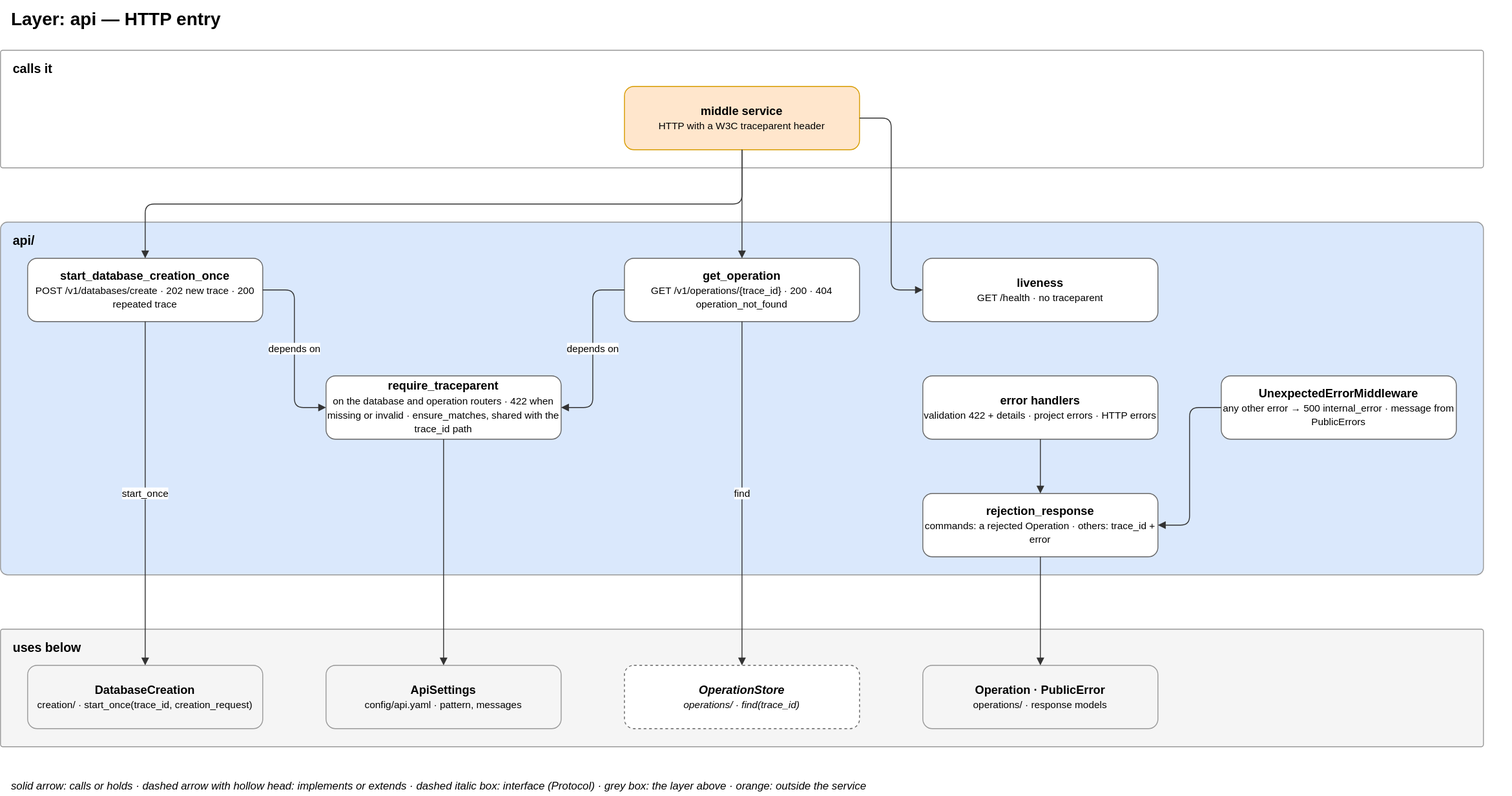
Above: docs/diagrams/03-layer-api.drawio.svg in EliShteinman/redis-enterprise-services (draw.io), before the change. Source tidied: cells renumbered, new cells last; positions are measured from the earlier drawing's top-left corner, leaving out a move shared by most shapes. The source it was exported from:
```xml
<mxGraphModel>
  <root>
    <mxCell id="0" />
    <mxCell id="1" parent="0" />
    <mxCell id="2" value="&lt;b&gt;Layer: api — HTTP entry&lt;/b&gt;" style="text;html=1;fontSize=20;align=left;verticalAlign=middle;" parent="1" vertex="1">
      <mxGeometry x="10" width="1660" height="40" as="geometry" />
    </mxCell>
    <mxCell id="3" value="&lt;b&gt;calls it&lt;/b&gt;" style="rounded=1;arcSize=2;fillColor=#ffffff;strokeColor=#999999;verticalAlign=top;align=left;spacingLeft=12;spacingTop=6;html=1;fontSize=14;" parent="1" vertex="1">
      <mxGeometry y="55" width="1640" height="130" as="geometry" />
    </mxCell>
    <mxCell id="4" value="&lt;b&gt;middle service&lt;/b&gt;&lt;br&gt;&lt;font style='font-size:11px'&gt;HTTP with a W3C traceparent header&lt;/font&gt;" style="rounded=1;whiteSpace=wrap;html=1;fillColor=#ffe6cc;strokeColor=#d79b00;fontSize=13;" parent="1" vertex="1">
      <mxGeometry x="690" y="95" width="260" height="70" as="geometry" />
    </mxCell>
    <mxCell id="5" value="&lt;b&gt;api/&lt;/b&gt;" style="rounded=1;arcSize=2;fillColor=#dae8fc;strokeColor=#999999;verticalAlign=top;align=left;spacingLeft=12;spacingTop=6;html=1;fontSize=14;" parent="1" vertex="1">
      <mxGeometry y="245" width="1640" height="390" as="geometry" />
    </mxCell>
    <mxCell id="6" value="&lt;b&gt;start_database_creation_once&lt;/b&gt;&lt;br&gt;&lt;font style='font-size:11px'&gt;POST /v1/databases/create · 202 new trace · 200 repeated trace&lt;/font&gt;" style="rounded=1;whiteSpace=wrap;html=1;fillColor=#ffffff;strokeColor=#666666;fontSize=13;" parent="1" vertex="1">
      <mxGeometry x="30" y="285" width="260" height="70" as="geometry" />
    </mxCell>
    <mxCell id="7" value="&lt;b&gt;get_operation&lt;/b&gt;&lt;br&gt;&lt;font style='font-size:11px'&gt;GET /v1/operations/{trace_id} · 200 · 404 operation_not_found&lt;/font&gt;" style="rounded=1;whiteSpace=wrap;html=1;fillColor=#ffffff;strokeColor=#666666;fontSize=13;" parent="1" vertex="1">
      <mxGeometry x="690" y="285" width="260" height="70" as="geometry" />
    </mxCell>
    <mxCell id="8" value="&lt;b&gt;liveness&lt;/b&gt;&lt;br&gt;&lt;font style='font-size:11px'&gt;GET /health · no traceparent&lt;/font&gt;" style="rounded=1;whiteSpace=wrap;html=1;fillColor=#ffffff;strokeColor=#666666;fontSize=13;" parent="1" vertex="1">
      <mxGeometry x="1020" y="285" width="260" height="70" as="geometry" />
    </mxCell>
    <mxCell id="9" value="&lt;b&gt;require_traceparent&lt;/b&gt;&lt;br&gt;&lt;font style='font-size:11px'&gt;on the database and operation routers · 422 when missing or invalid · ensure_matches, shared with the trace_id path&lt;/font&gt;" style="rounded=1;whiteSpace=wrap;html=1;fillColor=#ffffff;strokeColor=#666666;fontSize=13;" parent="1" vertex="1">
      <mxGeometry x="360" y="415" width="260" height="70" as="geometry" />
    </mxCell>
    <mxCell id="10" value="&lt;b&gt;error handlers&lt;/b&gt;&lt;br&gt;&lt;font style='font-size:11px'&gt;validation 422 + details · project errors · HTTP errors&lt;/font&gt;" style="rounded=1;whiteSpace=wrap;html=1;fillColor=#ffffff;strokeColor=#666666;fontSize=13;" parent="1" vertex="1">
      <mxGeometry x="1020" y="415" width="260" height="70" as="geometry" />
    </mxCell>
    <mxCell id="11" value="&lt;b&gt;UnexpectedErrorMiddleware&lt;/b&gt;&lt;br&gt;&lt;font style='font-size:11px'&gt;any other error → 500 internal_error · message from PublicErrors&lt;/font&gt;" style="rounded=1;whiteSpace=wrap;html=1;fillColor=#ffffff;strokeColor=#666666;fontSize=13;" parent="1" vertex="1">
      <mxGeometry x="1350" y="415" width="260" height="70" as="geometry" />
    </mxCell>
    <mxCell id="12" value="&lt;b&gt;rejection_response&lt;/b&gt;&lt;br&gt;&lt;font style='font-size:11px'&gt;commands: a rejected Operation · others: trace_id + error&lt;/font&gt;" style="rounded=1;whiteSpace=wrap;html=1;fillColor=#ffffff;strokeColor=#666666;fontSize=13;" parent="1" vertex="1">
      <mxGeometry x="1020" y="545" width="260" height="70" as="geometry" />
    </mxCell>
    <mxCell id="13" value="&lt;b&gt;uses below&lt;/b&gt;" style="rounded=1;arcSize=2;fillColor=#f5f5f5;strokeColor=#999999;verticalAlign=top;align=left;spacingLeft=12;spacingTop=6;html=1;fontSize=14;" parent="1" vertex="1">
      <mxGeometry y="695" width="1640" height="130" as="geometry" />
    </mxCell>
    <mxCell id="14" value="&lt;b&gt;DatabaseCreation&lt;/b&gt;&lt;br&gt;&lt;font style='font-size:11px'&gt;creation/ · start_once(trace_id, creation_request)&lt;/font&gt;" style="rounded=1;whiteSpace=wrap;html=1;fillColor=#f5f5f5;strokeColor=#999999;fontSize=13;" parent="1" vertex="1">
      <mxGeometry x="30" y="735" width="260" height="70" as="geometry" />
    </mxCell>
    <mxCell id="15" value="&lt;b&gt;ApiSettings&lt;/b&gt;&lt;br&gt;&lt;font style='font-size:11px'&gt;config/api.yaml · pattern, messages&lt;/font&gt;" style="rounded=1;whiteSpace=wrap;html=1;fillColor=#f5f5f5;strokeColor=#999999;fontSize=13;" parent="1" vertex="1">
      <mxGeometry x="360" y="735" width="260" height="70" as="geometry" />
    </mxCell>
    <mxCell id="16" value="&lt;b&gt;OperationStore&lt;/b&gt;&lt;br&gt;&lt;font style='font-size:11px'&gt;operations/ · find(trace_id)&lt;/font&gt;" style="rounded=1;whiteSpace=wrap;html=1;fillColor=#ffffff;strokeColor=#666666;fontSize=13;dashed=1;fontStyle=2;" parent="1" vertex="1">
      <mxGeometry x="690" y="735" width="260" height="70" as="geometry" />
    </mxCell>
    <mxCell id="17" value="&lt;b&gt;Operation · PublicError&lt;/b&gt;&lt;br&gt;&lt;font style='font-size:11px'&gt;operations/ · response models&lt;/font&gt;" style="rounded=1;whiteSpace=wrap;html=1;fillColor=#f5f5f5;strokeColor=#999999;fontSize=13;" parent="1" vertex="1">
      <mxGeometry x="1020" y="735" width="260" height="70" as="geometry" />
    </mxCell>
    <mxCell id="18" style="edgeStyle=orthogonalEdgeStyle;rounded=1;html=1;fontSize=11;labelBackgroundColor=#ffffff;exitX=0.5;exitY=1;entryX=0.5;entryY=0;endArrow=block;strokeColor=#333333;" parent="1" edge="1" source="4" target="6">
      <mxGeometry relative="1" as="geometry" />
    </mxCell>
    <mxCell id="19" style="edgeStyle=orthogonalEdgeStyle;rounded=1;html=1;fontSize=11;labelBackgroundColor=#ffffff;exitX=0.5;exitY=1;entryX=0.5;entryY=0;endArrow=block;strokeColor=#333333;" parent="1" edge="1" source="4" target="7">
      <mxGeometry relative="1" as="geometry" />
    </mxCell>
    <mxCell id="20" style="edgeStyle=orthogonalEdgeStyle;rounded=1;html=1;fontSize=11;labelBackgroundColor=#ffffff;exitX=1;exitY=0.5;entryX=0;entryY=0.5;endArrow=block;strokeColor=#333333;" parent="1" edge="1" source="4" target="8">
      <mxGeometry relative="1" as="geometry" />
    </mxCell>
    <mxCell id="21" value="depends on" style="edgeStyle=orthogonalEdgeStyle;rounded=1;html=1;fontSize=11;labelBackgroundColor=#ffffff;exitX=1;exitY=0.5;entryX=0;entryY=0.5;endArrow=block;strokeColor=#333333;" parent="1" edge="1" source="6" target="9">
      <mxGeometry relative="1" as="geometry" />
    </mxCell>
    <mxCell id="22" value="depends on" style="edgeStyle=orthogonalEdgeStyle;rounded=1;html=1;fontSize=11;labelBackgroundColor=#ffffff;exitX=0;exitY=0.5;entryX=1;entryY=0.5;endArrow=block;strokeColor=#333333;" parent="1" edge="1" source="7" target="9">
      <mxGeometry relative="1" as="geometry" />
    </mxCell>
    <mxCell id="23" value="start_once" style="edgeStyle=orthogonalEdgeStyle;rounded=1;html=1;fontSize=11;labelBackgroundColor=#ffffff;exitX=0.5;exitY=1;entryX=0.5;entryY=0;endArrow=block;strokeColor=#333333;" parent="1" edge="1" source="6" target="14">
      <mxGeometry relative="1" as="geometry" />
    </mxCell>
    <mxCell id="24" value="find" style="edgeStyle=orthogonalEdgeStyle;rounded=1;html=1;fontSize=11;labelBackgroundColor=#ffffff;exitX=0.5;exitY=1;entryX=0.5;entryY=0;endArrow=block;strokeColor=#333333;" parent="1" edge="1" source="7" target="16">
      <mxGeometry relative="1" as="geometry" />
    </mxCell>
    <mxCell id="25" style="edgeStyle=orthogonalEdgeStyle;rounded=1;html=1;fontSize=11;labelBackgroundColor=#ffffff;exitX=0.5;exitY=1;entryX=0.5;entryY=0;endArrow=block;strokeColor=#333333;" parent="1" edge="1" source="9" target="15">
      <mxGeometry relative="1" as="geometry" />
    </mxCell>
    <mxCell id="26" style="edgeStyle=orthogonalEdgeStyle;rounded=1;html=1;fontSize=11;labelBackgroundColor=#ffffff;exitX=0.5;exitY=1;entryX=0.5;entryY=0;endArrow=block;strokeColor=#333333;" parent="1" edge="1" source="10" target="12">
      <mxGeometry relative="1" as="geometry" />
    </mxCell>
    <mxCell id="27" style="edgeStyle=orthogonalEdgeStyle;rounded=1;html=1;fontSize=11;labelBackgroundColor=#ffffff;exitX=0;exitY=0.5;entryX=1;entryY=0.5;endArrow=block;strokeColor=#333333;" parent="1" edge="1" source="11" target="12">
      <mxGeometry relative="1" as="geometry" />
    </mxCell>
    <mxCell id="28" style="edgeStyle=orthogonalEdgeStyle;rounded=1;html=1;fontSize=11;labelBackgroundColor=#ffffff;exitX=0.5;exitY=1;entryX=0.5;entryY=0;endArrow=block;strokeColor=#333333;" parent="1" edge="1" source="12" target="17">
      <mxGeometry relative="1" as="geometry" />
    </mxCell>
    <mxCell id="29" value="&lt;i&gt;solid arrow: calls or holds · dashed arrow with hollow head: implements or extends · dashed italic box: interface (Protocol) · grey box: the layer above · orange: outside the service&lt;/i&gt;" style="text;html=1;fontSize=12;align=left;" parent="1" vertex="1">
      <mxGeometry x="10" y="855" width="1660" height="24" as="geometry" />
    </mxCell>
  </root>
</mxGraphModel>
```
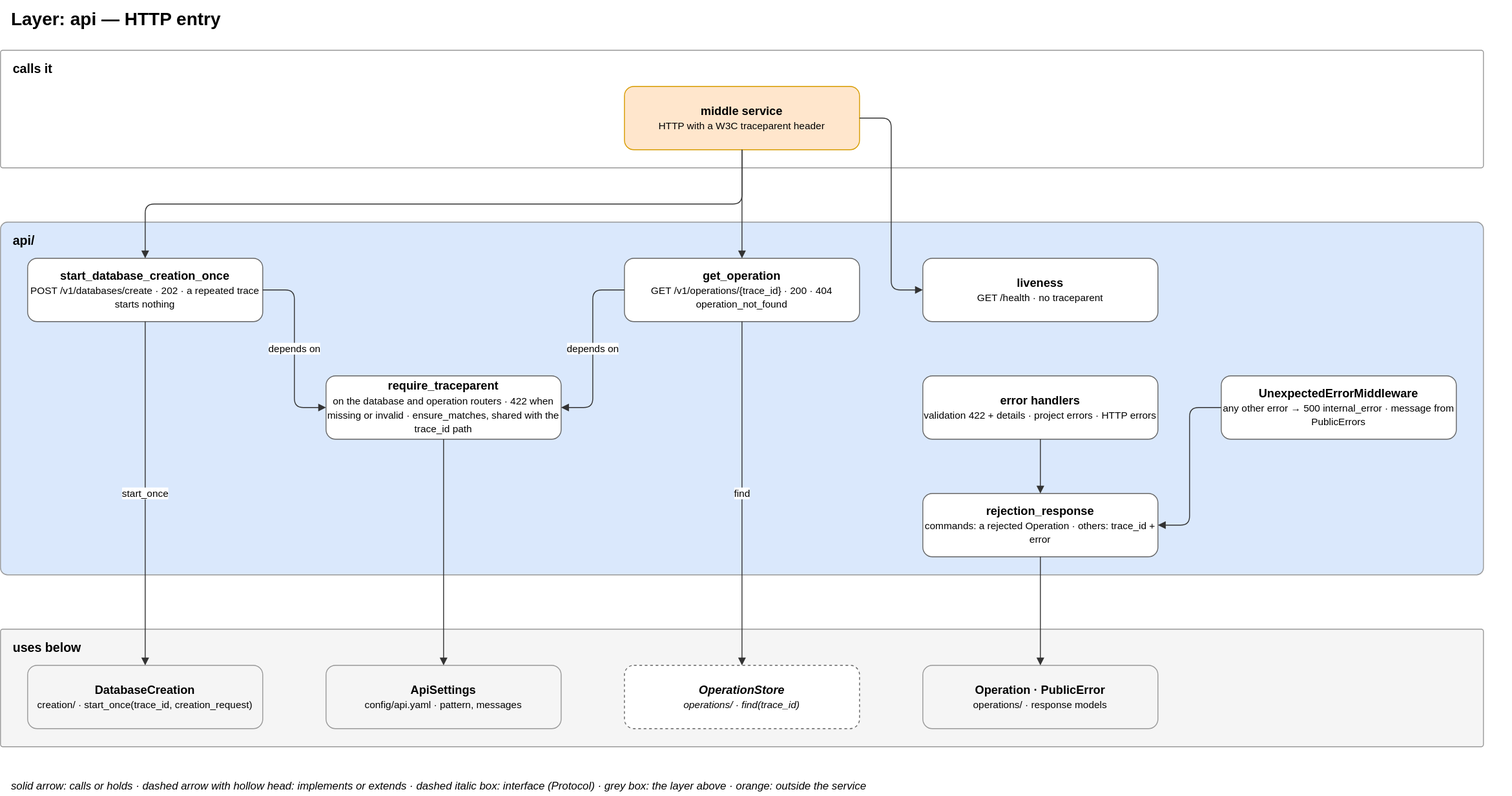
After the change.

Commit message:
docs: the create command answers 202 with the trace id only; state comes from the status query

What changed in the source:
```diff
@@ -14,7 +14,7 @@
     <mxCell id="5" value="&lt;b&gt;api/&lt;/b&gt;" style="rounded=1;arcSize=2;fillColor=#dae8fc;strokeColor=#999999;verticalAlign=top;align=left;spacingLeft=12;spacingTop=6;html=1;fontSize=14;" parent="1" vertex="1">
       <mxGeometry y="245" width="1640" height="390" as="geometry" />
     </mxCell>
-    <mxCell id="6" value="&lt;b&gt;start_database_creation_once&lt;/b&gt;&lt;br&gt;&lt;font style='font-size:11px'&gt;POST /v1/databases/create · 202 new trace · 200 repeated trace&lt;/font&gt;" style="rounded=1;whiteSpace=wrap;html=1;fillColor=#ffffff;strokeColor=#666666;fontSize=13;" parent="1" vertex="1">
+    <mxCell id="6" value="&lt;b&gt;start_database_creation_once&lt;/b&gt;&lt;br&gt;&lt;font style='font-size:11px'&gt;POST /v1/databases/create · 202 · a repeated trace starts nothing&lt;/font&gt;" style="rounded=1;whiteSpace=wrap;html=1;fillColor=#ffffff;strokeColor=#666666;fontSize=13;" parent="1" vertex="1">
       <mxGeometry x="30" y="285" width="260" height="70" as="geometry" />
     </mxCell>
     <mxCell id="7" value="&lt;b&gt;get_operation&lt;/b&gt;&lt;br&gt;&lt;font style='font-size:11px'&gt;GET /v1/operations/{trace_id} · 200 · 404 operation_not_found&lt;/font&gt;" style="rounded=1;whiteSpace=wrap;html=1;fillColor=#ffffff;strokeColor=#666666;fontSize=13;" parent="1" vertex="1">
```
